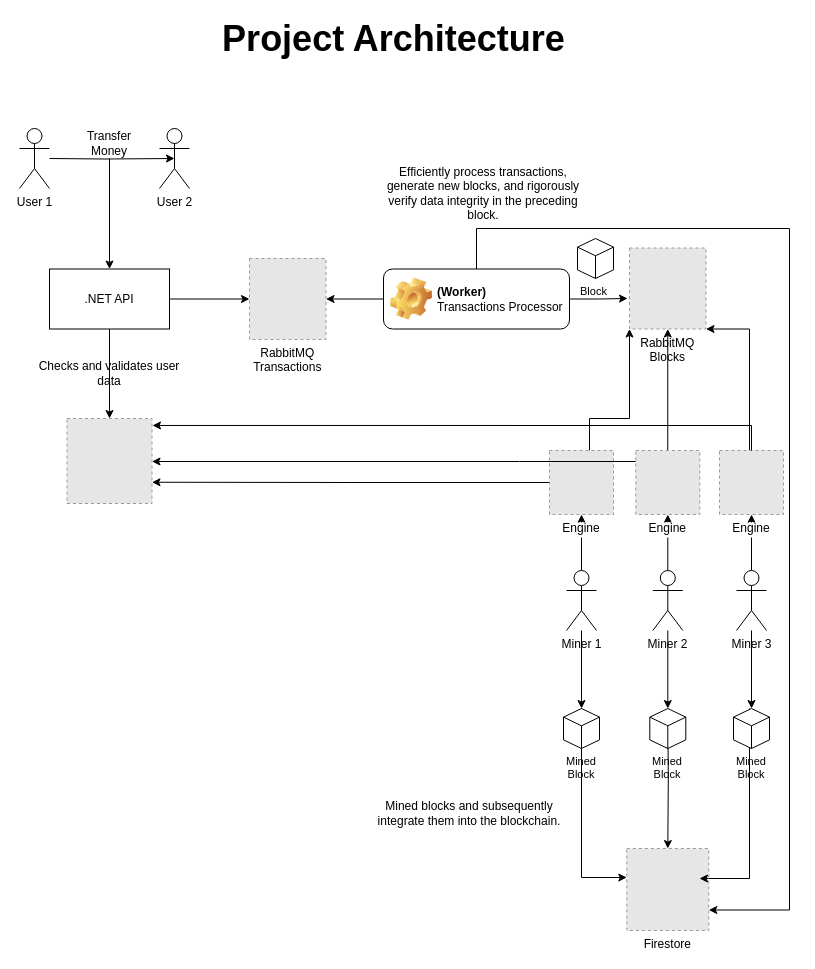
Before: page "Project Architecture" (1 of 2) of Blockchain.drawio in DevDaniloFerrari/Blockchain, a draw.io diagram. Source tidied: cells renumbered, new cells numbered last; positions are measured from the earlier drawing's top-left corner, leaving out a move shared by most shapes. Both pictures are drawn from the tidied source at 100%, with x=0, y=0 at pixel (19, 18). Pictures stored in the file or linked from it are replaced by grey dashed boxes.
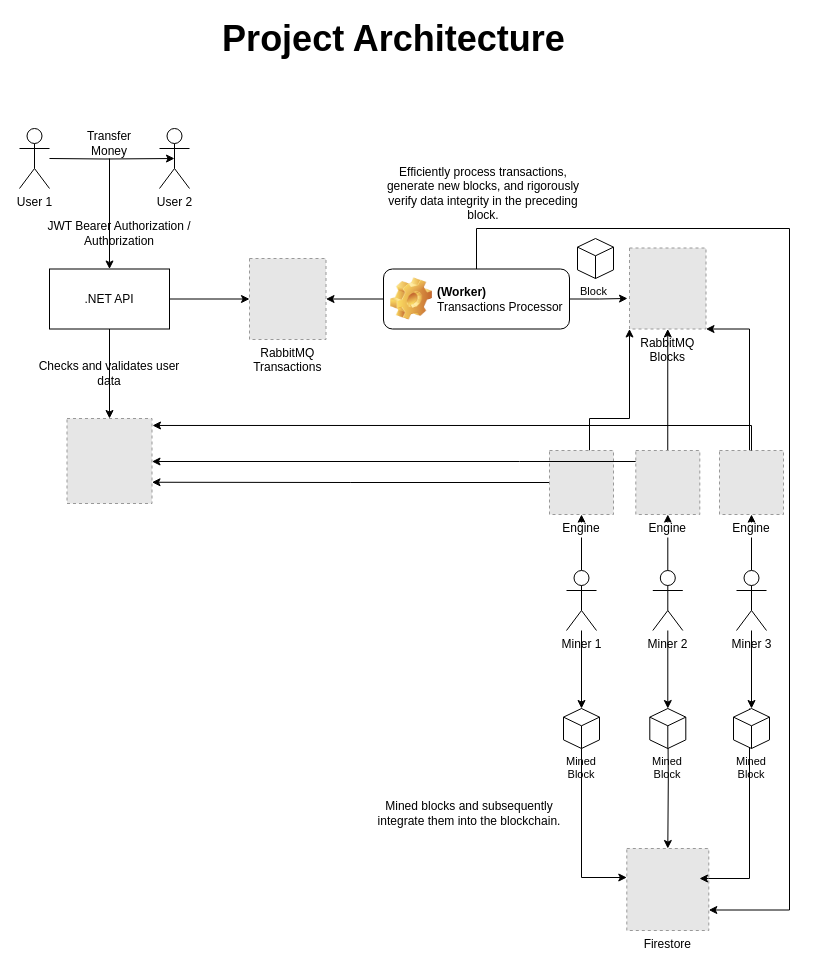
After the change.

Change to the diagram source:
```diff
@@
+    <mxCell id="47" value="JWT Bearer Authorization / Authorization" style="text;html=1;align=center;verticalAlign=middle;whiteSpace=wrap;rounded=0;" parent="1" vertex="1">
+      <mxGeometry y="199.5" width="200" height="30" as="geometry" />
+    </mxCell>
```
